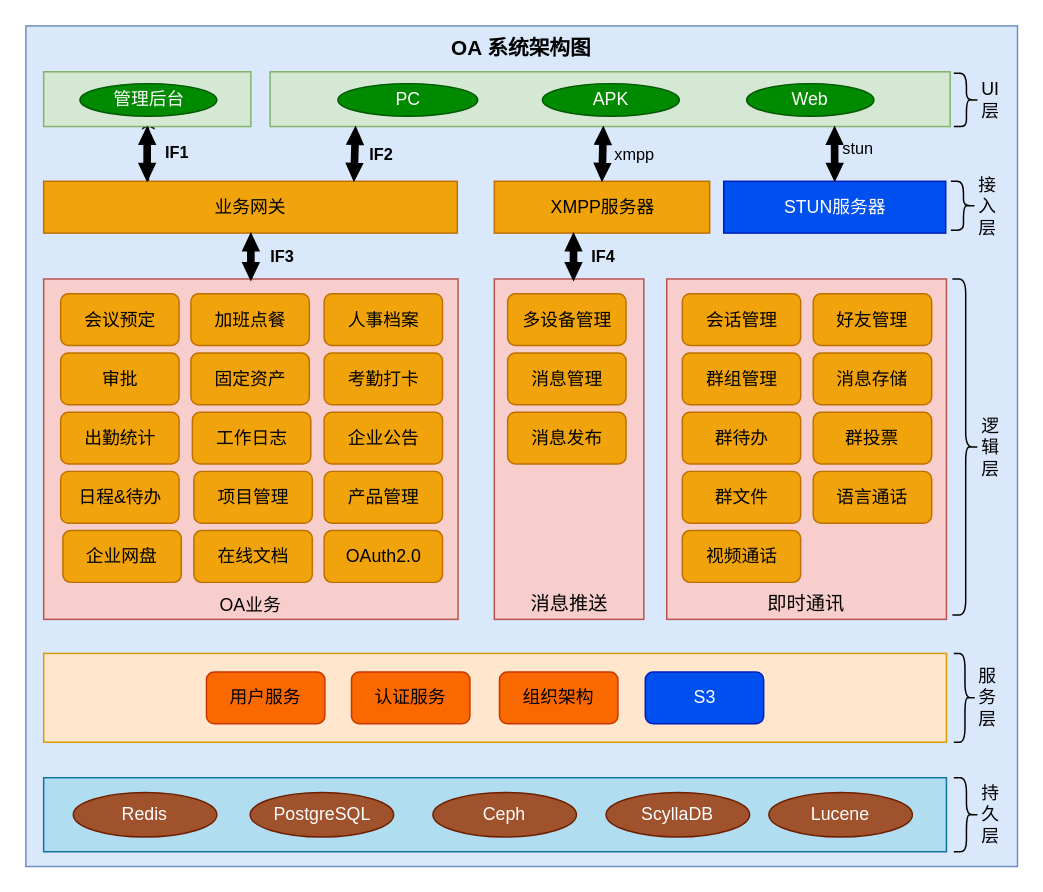
Before: page "OA架构图" (3 of 4) of StreamOA架构设计.drawio in zebra-min/my-design, a draw.io diagram. Source tidied: cells renumbered, new cells numbered last; positions are measured from the earlier drawing's top-left corner, leaving out a move shared by most shapes. Both pictures are drawn from the tidied source at 148%, with x=0, y=0 at pixel (25, 25).
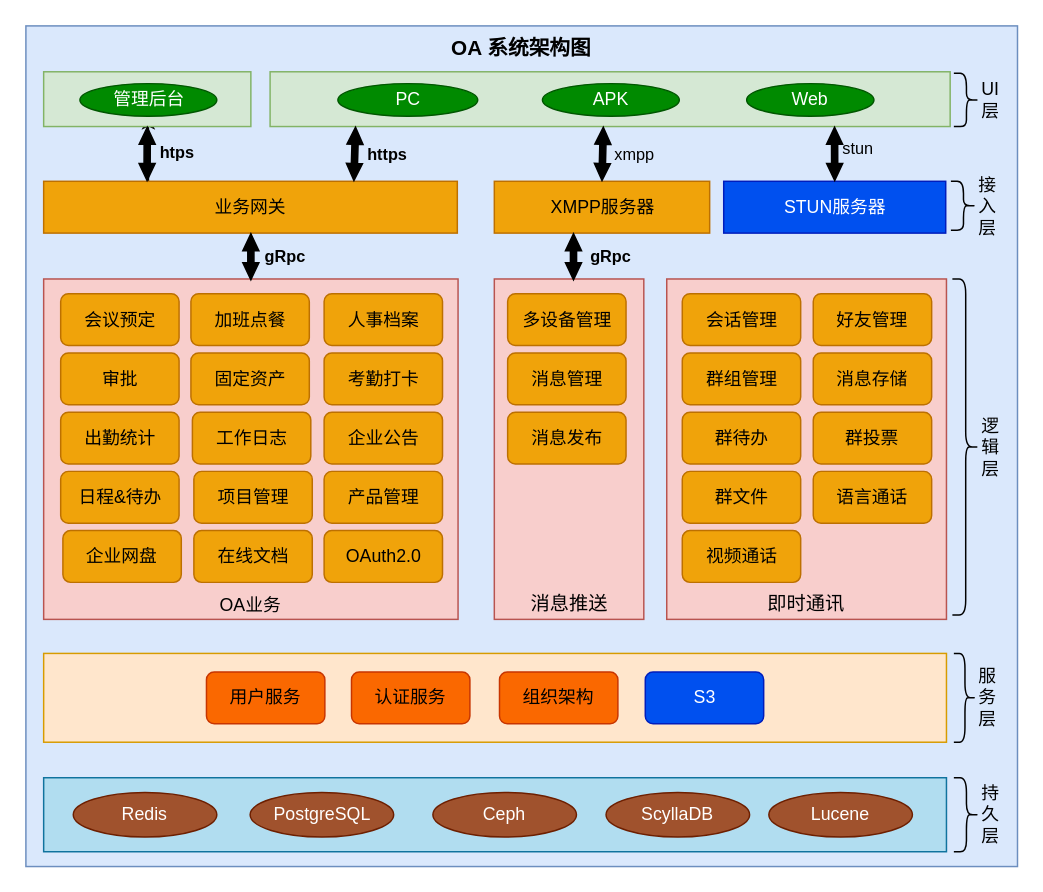
The same diagram, later.

Commit message:
更新StreamOA架构设计.drawio

The change refers to these unchanged cells:
```xml
<mxCell id="54" style="shape=flexArrow;endArrow=classic;startArrow=classic;html=1;rounded=0;width=4.166666666666667;endSize=3.491666666666667;endWidth=5.694444444444445;startWidth=5.694444444444445;startSize=3.491666666666667;entryX=0.5;entryY=1;entryDx=0;entryDy=0;exitX=0.25;exitY=0;exitDx=0;exitDy=0;exitPerimeter=0;fillColor=#000000;" parent="1" edge="1" source="8" target="48">
  <mxGeometry relative="1" as="geometry" />
</mxCell>
<mxCell id="56" style="shape=flexArrow;endArrow=classic;startArrow=classic;html=1;rounded=0;width=4.166666666666667;endSize=3.491666666666667;endWidth=5.694444444444445;startWidth=5.694444444444445;startSize=3.491666666666667;exitX=0.75;exitY=0;exitDx=0;exitDy=0;exitPerimeter=0;fillColor=#000000;entryX=0.13;entryY=1;entryDx=-2;entryDy=0;entryPerimeter=0;" parent="1" edge="1" source="8" target="3">
  <mxGeometry relative="1" as="geometry" />
</mxCell>
<mxCell id="62" style="shape=flexArrow;endArrow=classic;startArrow=classic;html=1;rounded=0;width=4.166666666666667;endSize=3.491666666666667;endWidth=5.694444444444445;startWidth=5.694444444444445;startSize=3.491666666666667;exitX=0.75;exitY=0;exitDx=0;exitDy=0;exitPerimeter=0;fillColor=#000000;" parent="1" edge="1">
  <mxGeometry relative="1" as="geometry">
    <mxPoint x="152" y="172" as="sourcePoint" />
    <mxPoint x="152" y="140" as="targetPoint" />
  </mxGeometry>
</mxCell>
<mxCell id="64" style="shape=flexArrow;endArrow=classic;startArrow=classic;html=1;rounded=0;width=4.166666666666667;endSize=3.491666666666667;endWidth=5.694444444444445;startWidth=5.694444444444445;startSize=3.491666666666667;exitX=0.75;exitY=0;exitDx=0;exitDy=0;exitPerimeter=0;fillColor=#000000;" parent="1" edge="1">
  <mxGeometry relative="1" as="geometry">
    <mxPoint x="370" y="172" as="sourcePoint" />
    <mxPoint x="370" y="140" as="targetPoint" />
  </mxGeometry>
</mxCell>
```

The edit, as a diff of the source:
```diff
@@
-    <mxCell id="55" value="IF1" style="edgeLabel;html=1;align=center;verticalAlign=middle;labelBackgroundColor=none;fontStyle=1;" parent="54" vertex="1">
+    <mxCell id="55" value="htps" style="edgeLabel;html=1;align=center;verticalAlign=middle;labelBackgroundColor=none;fontStyle=1;" parent="54" vertex="1">
       <mxGeometry x="0.1" y="-5" relative="1" as="geometry">
         <mxPoint x="15" as="offset" />
       </mxGeometry>
     </mxCell>
@@
-    <mxCell id="57" value="IF2" style="edgeLabel;html=1;align=center;verticalAlign=middle;labelBackgroundColor=none;fontStyle=1;" parent="56" vertex="1">
+    <mxCell id="57" value="https" style="edgeLabel;html=1;align=center;verticalAlign=middle;labelBackgroundColor=none;fontStyle=1;" parent="56" vertex="1">
       <mxGeometry x="0.04" y="-3" relative="1" as="geometry">
-        <mxPoint x="14" as="offset" />
+        <mxPoint x="18" as="offset" />
       </mxGeometry>
     </mxCell>
@@
-    <mxCell id="63" value="IF3" style="edgeLabel;html=1;align=center;verticalAlign=middle;labelBackgroundColor=none;fontStyle=1;" parent="62" vertex="1">
+    <mxCell id="63" value="gRpc" style="edgeLabel;html=1;align=center;verticalAlign=middle;labelBackgroundColor=none;fontStyle=1;" parent="62" vertex="1">
       <mxGeometry x="0.04" y="-3" relative="1" as="geometry">
-        <mxPoint x="17" as="offset" />
+        <mxPoint x="19" as="offset" />
       </mxGeometry>
     </mxCell>
@@
-    <mxCell id="65" value="IF4" style="edgeLabel;html=1;align=center;verticalAlign=middle;labelBackgroundColor=none;fontStyle=1;" parent="64" vertex="1">
+    <mxCell id="65" value="gRpc" style="edgeLabel;html=1;align=center;verticalAlign=middle;labelBackgroundColor=none;fontStyle=1;" parent="64" vertex="1">
       <mxGeometry x="0.04" y="-3" relative="1" as="geometry">
-        <mxPoint x="16" as="offset" />
+        <mxPoint x="21" as="offset" />
       </mxGeometry>
     </mxCell>
```
